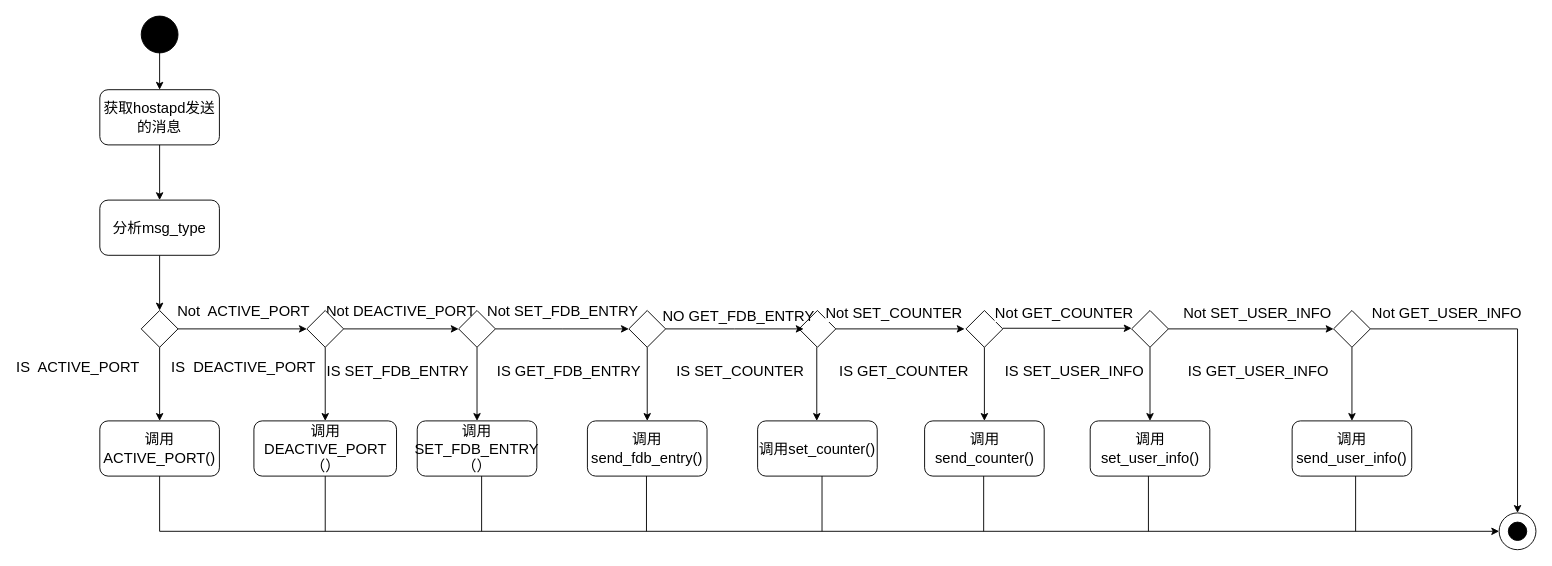
This is 未命名绘图.drawio from PATORITU/PATORITU, a draw.io file, before an edit. Source tidied: cells renumbered, new cells numbered last; positions are measured from the earlier drawing's top-left corner, leaving out a move shared by most shapes. Both pictures are drawn from the tidied source at 92%, with x=0, y=0 at pixel (76, 16).
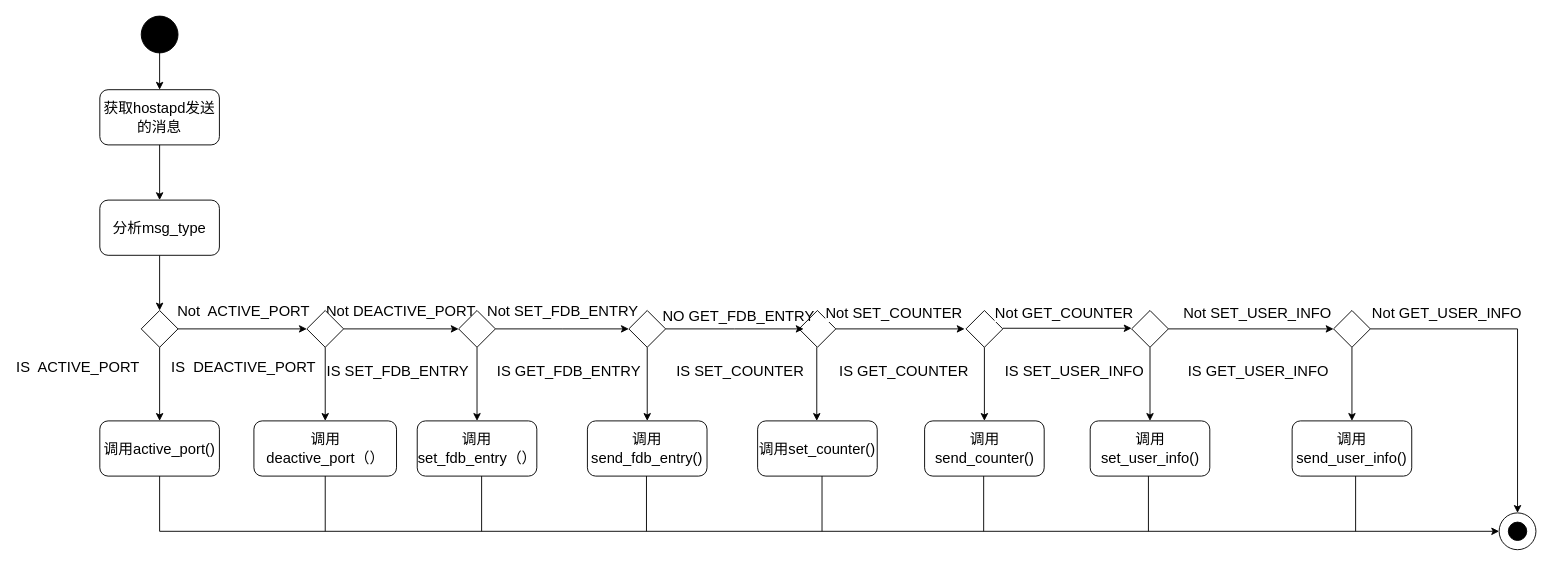
The same page after the edit.

Commit message (it also covers changes not shown here):
更新未命名绘图.drawio

Change to the diagram source:
```diff
@@
-    <mxCell id="33" value="&lt;font style=&quot;font-size: 16px;&quot;&gt;调用ACTIVE_PORT()&lt;/font&gt;" style="rounded=1;whiteSpace=wrap;html=1;fontSize=16;" parent="1" vertex="1">
+    <mxCell id="33" value="&lt;font style=&quot;font-size: 16px;&quot;&gt;调用active_port()&lt;/font&gt;" style="rounded=1;whiteSpace=wrap;html=1;fontSize=16;" parent="1" vertex="1">
       <mxGeometry x="25" y="440" width="130" height="60" as="geometry" />
     </mxCell>
-    <mxCell id="34" value="&lt;font style=&quot;font-size: 16px;&quot;&gt;调用DEACTIVE_PORT（）&lt;/font&gt;" style="rounded=1;whiteSpace=wrap;html=1;fontSize=16;" parent="1" vertex="1">
+    <mxCell id="34" value="&lt;font style=&quot;font-size: 16px;&quot;&gt;调用&lt;br&gt;deactive_port（）&lt;/font&gt;" style="rounded=1;whiteSpace=wrap;html=1;fontSize=16;" parent="1" vertex="1">
       <mxGeometry x="192.5" y="440" width="155" height="60" as="geometry" />
     </mxCell>
-    <mxCell id="35" value="&lt;font style=&quot;font-size: 16px;&quot;&gt;调用SET_FDB_ENTRY（）&lt;/font&gt;" style="rounded=1;whiteSpace=wrap;html=1;fontSize=16;" parent="1" vertex="1">
+    <mxCell id="35" value="&lt;font style=&quot;font-size: 16px;&quot;&gt;调用set_fdb_entry（）&lt;/font&gt;" style="rounded=1;whiteSpace=wrap;html=1;fontSize=16;" parent="1" vertex="1">
       <mxGeometry x="370" y="440" width="130" height="60" as="geometry" />
     </mxCell>
```
